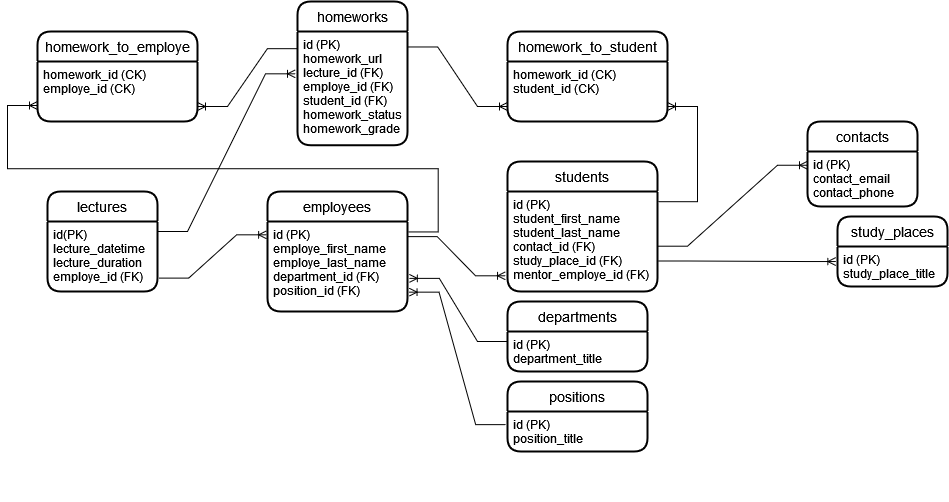
The draw.io diagram part2/KolesaDB.drawio.png in Kolesa-Education/kolesa-upgrade-homework-4, before a commit. Source tidied: cells renumbered, new cells last; positions are measured from the earlier drawing's top-left corner, leaving out a move shared by most shapes.
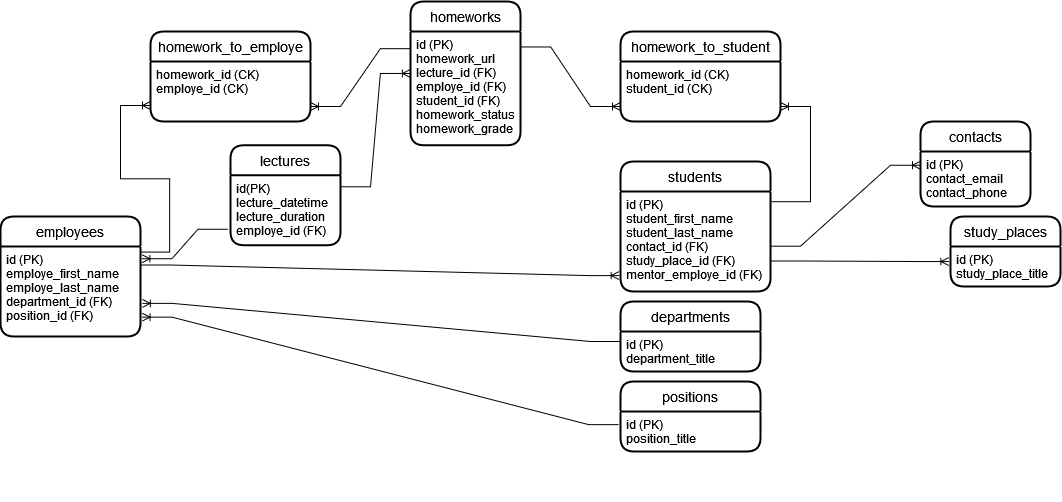
The same file after the commit.

Commit message:
выполняю задание 4.2

The edit, as a diff of the source:
```diff
@@ -3,7 +3,7 @@
     <mxCell id="0" />
     <mxCell id="1" parent="0" />
     <mxCell id="2" value="lectures" style="swimlane;horizontal=1;startSize=30;rounded=1;fontSize=14;fontStyle=0;strokeWidth=2;shadow=0;dashed=0;align=center;" parent="1" vertex="1">
-      <mxGeometry x="10" y="190" width="110" height="100" as="geometry" />
+      <mxGeometry x="80" y="143.8" width="110" height="100" as="geometry" />
     </mxCell>
     <mxCell id="3" value="id(PK)&#10;lecture_datetime&#10;lecture_duration&#10;employe_id (FK)&#10;&#10;&#10;&#10;&#10;&#10;" style="align=left;strokeColor=none;fillColor=none;spacingLeft=4;fontSize=12;verticalAlign=top;" parent="2" vertex="1">
       <mxGeometry y="30" width="110" height="90" as="geometry" />
@@ -18,7 +18,7 @@
       <mxGeometry y="300" width="110" height="-200" as="geometry" />
     </mxCell>
     <mxCell id="7" value="employees" style="swimlane;horizontal=1;startSize=30;rounded=1;fontSize=14;fontStyle=0;strokeWidth=2;shadow=0;dashed=0;align=center;" parent="1" vertex="1">
-      <mxGeometry x="230" y="190" width="140" height="120" as="geometry" />
+      <mxGeometry x="-150" y="215" width="140" height="120" as="geometry" />
     </mxCell>
     <mxCell id="8" value="id (PK)&#10;employe_first_name&#10;employe_last_name&#10;department_id (FK)&#10;position_id (FK)&#10;&#10;&#10;" style="align=left;strokeColor=none;fillColor=none;spacingLeft=4;fontSize=12;verticalAlign=top;" parent="7" vertex="1">
       <mxGeometry y="30" width="140" height="90" as="geometry" />
@@ -83,7 +83,7 @@
     <mxCell id="28" value="&#10;" style="align=left;strokeColor=none;fillColor=none;spacingLeft=4;fontSize=12;verticalAlign=top;" parent="26" vertex="1">
       <mxGeometry y="120" width="160" height="-30" as="geometry" />
     </mxCell>
-    <mxCell id="29" style="edgeStyle=entityRelationEdgeStyle;fontSize=12;html=1;endArrow=ERoneToMany;rounded=0;exitX=1.005;exitY=0.116;exitDx=0;exitDy=0;exitPerimeter=0;" parent="1" edge="1" source="8">
+    <mxCell id="29" style="edgeStyle=entityRelationEdgeStyle;fontSize=12;html=1;endArrow=ERoneToMany;rounded=0;exitX=0.994;exitY=0.062;exitDx=0;exitDy=0;exitPerimeter=0;" parent="1" edge="1" source="8">
       <mxGeometry relative="1" as="geometry">
         <mxPoint y="104" as="targetPoint" />
       </mxGeometry>
@@ -106,16 +106,16 @@
     <mxCell id="35" style="edgeStyle=entityRelationEdgeStyle;fontSize=12;html=1;endArrow=ERoneToMany;rounded=0;exitX=1.005;exitY=0.102;exitDx=0;exitDy=0;exitPerimeter=0;" parent="1" edge="1" source="10" target="32">
       <mxGeometry relative="1" as="geometry" />
     </mxCell>
-    <mxCell id="36" style="edgeStyle=entityRelationEdgeStyle;fontSize=12;html=1;endArrow=ERoneToMany;rounded=0;exitX=1.011;exitY=0.629;exitDx=0;exitDy=0;exitPerimeter=0;entryX=-0.006;entryY=0.148;entryDx=0;entryDy=0;entryPerimeter=0;" parent="1" edge="1" source="3" target="8">
+    <mxCell id="36" style="edgeStyle=entityRelationEdgeStyle;fontSize=12;html=1;endArrow=ERoneToMany;rounded=0;exitX=-0.023;exitY=0.6;exitDx=0;exitDy=0;exitPerimeter=0;entryX=1.01;entryY=0.136;entryDx=0;entryDy=0;entryPerimeter=0;" parent="1" edge="1" source="3" target="8">
       <mxGeometry relative="1" as="geometry" />
     </mxCell>
-    <mxCell id="37" style="edgeStyle=entityRelationEdgeStyle;fontSize=12;html=1;endArrow=ERoneToMany;rounded=0;entryX=-0.013;entryY=0.843;entryDx=0;entryDy=0;entryPerimeter=0;exitX=0.998;exitY=0.168;exitDx=0;exitDy=0;exitPerimeter=0;" parent="1" edge="1" source="8" target="10">
-      <mxGeometry relative="1" as="geometry" />
+    <mxCell id="37" style="edgeStyle=entityRelationEdgeStyle;fontSize=12;html=1;endArrow=ERoneToMany;rounded=0;entryX=-0.009;entryY=0.841;entryDx=0;entryDy=0;entryPerimeter=0;exitX=1;exitY=0.25;exitDx=0;exitDy=0;" parent="1" edge="1" target="10">
+      <mxGeometry relative="1" as="geometry">
+        <mxPoint x="-10" y="263.5" as="sourcePoint" />
+      </mxGeometry>
     </mxCell>
-    <mxCell id="38" style="edgeStyle=entityRelationEdgeStyle;fontSize=12;html=1;endArrow=ERoneToMany;rounded=0;entryX=-0.018;entryY=0.372;entryDx=0;entryDy=0;entryPerimeter=0;" parent="1" edge="1" target="21">
-      <mxGeometry relative="1" as="geometry">
-        <mxPoint x="120" y="230" as="sourcePoint" />
-      </mxGeometry>
+    <mxCell id="38" style="edgeStyle=entityRelationEdgeStyle;fontSize=12;html=1;endArrow=ERoneToMany;rounded=0;entryX=-0.001;entryY=0.369;entryDx=0;entryDy=0;entryPerimeter=0;exitX=1;exitY=0.128;exitDx=0;exitDy=0;exitPerimeter=0;" parent="1" edge="1" source="3" target="21">
+      <mxGeometry relative="1" as="geometry" />
     </mxCell>
   </root>
 </mxGraphModel>
```
